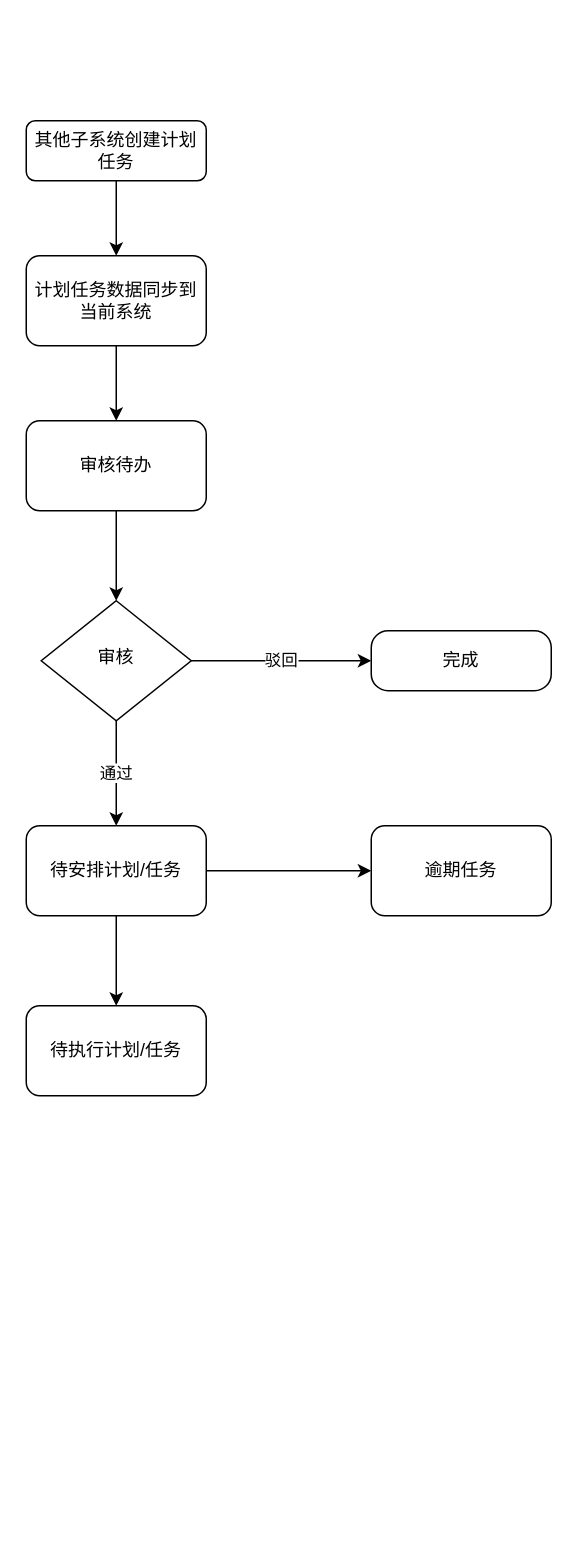
Before: Untitled Diagram.drawio in hopedeja/spring-cloud-config, a draw.io diagram. Source tidied: cells renumbered, new cells numbered last; positions are measured from the earlier drawing's top-left corner, leaving out a move shared by most shapes. Both pictures are drawn from the tidied source at 150%, with x=0, y=0 at pixel (26, 120).
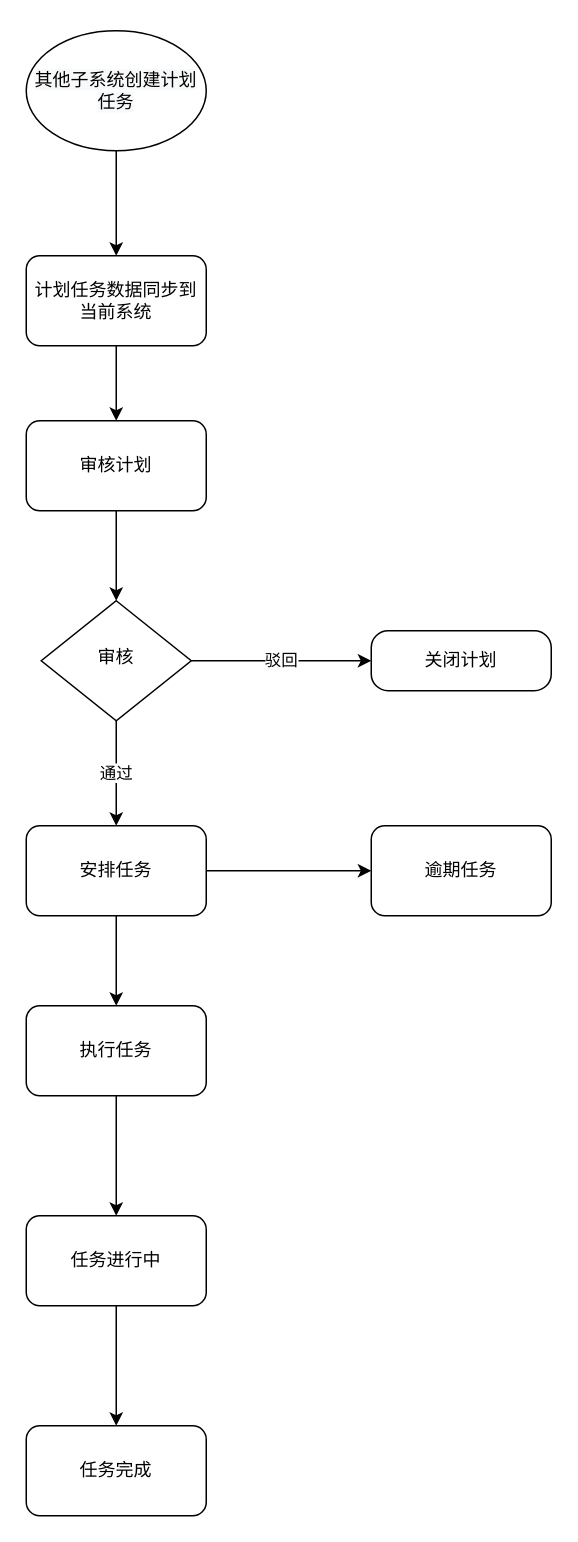
The same page after the edit.

Unchanged cells that the change refers to:
```xml
<mxCell id="9" value="计划任务数据同步到当前系统" style="whiteSpace=wrap;html=1;rounded=1;shadow=0;strokeWidth=1;glass=0;" parent="1" vertex="1">
  <mxGeometry y="90" width="120" height="60" as="geometry" />
</mxCell>
```

Diff of the diagram source:
```diff
@@
-    <mxCell id="2" style="edgeStyle=orthogonalEdgeStyle;rounded=0;jettySize=auto;html=1;" parent="1" edge="1" source="3" target="9">
-      <mxGeometry relative="1" as="geometry" />
-    </mxCell>
-    <mxCell id="3" value="其他子系统创建计划任务" style="rounded=1;whiteSpace=wrap;html=1;fontSize=12;glass=0;strokeWidth=1;shadow=0;" parent="1" vertex="1">
-      <mxGeometry width="120" height="40" as="geometry" />
-    </mxCell>
-    <mxCell id="4" value="完成" style="rounded=1;whiteSpace=wrap;html=1;fontSize=12;glass=0;strokeWidth=1;shadow=0;arcSize=28;" parent="1" vertex="1">
+    <mxCell id="4" value="关闭计划" style="rounded=1;whiteSpace=wrap;html=1;fontSize=12;glass=0;strokeWidth=1;shadow=0;arcSize=28;" parent="1" vertex="1">
       <mxGeometry x="230" y="340" width="120" height="40" as="geometry" />
     </mxCell>
@@
-    <mxCell id="11" value="审核待办" style="rounded=1;whiteSpace=wrap;html=1;" parent="1" vertex="1">
+    <mxCell id="11" value="审核计划" style="rounded=1;whiteSpace=wrap;html=1;" parent="1" vertex="1">
       <mxGeometry y="200" width="120" height="60" as="geometry" />
     </mxCell>
@@
-    <mxCell id="14" value="待安排计划/任务" style="rounded=1;whiteSpace=wrap;html=1;" parent="1" vertex="1">
+    <mxCell id="14" value="安排任务" style="rounded=1;whiteSpace=wrap;html=1;" parent="1" vertex="1">
       <mxGeometry y="470" width="120" height="60" as="geometry" />
     </mxCell>
+    <mxCell id="17" style="edgeStyle=orthogonalEdgeStyle;rounded=0;jettySize=auto;html=1;" parent="1" edge="1" source="15" target="19">
+      <mxGeometry relative="1" as="geometry" />
+    </mxCell>
-    <mxCell id="15" value="&lt;span&gt;待执行计划/任务&lt;/span&gt;" style="whiteSpace=wrap;html=1;rounded=1;" parent="1" vertex="1">
+    <mxCell id="15" value="&lt;span&gt;执行任务&lt;/span&gt;" style="whiteSpace=wrap;html=1;rounded=1;" parent="1" vertex="1">
       <mxGeometry y="590" width="120" height="60" as="geometry" />
     </mxCell>
@@
+    <mxCell id="2" style="edgeStyle=orthogonalEdgeStyle;rounded=0;jettySize=auto;html=1;exitX=0.5;exitY=1;exitDx=0;exitDy=0;entryX=0.5;entryY=0;entryDx=0;entryDy=0;" parent="1" edge="1" source="3" target="9">
+      <mxGeometry relative="1" as="geometry" />
+    </mxCell>
+    <mxCell id="3" value="&#10;&#10;&lt;span style=&quot;color: rgb(0, 0, 0); font-family: helvetica; font-size: 12px; font-style: normal; font-weight: 400; letter-spacing: normal; text-align: center; text-indent: 0px; text-transform: none; word-spacing: 0px; background-color: rgb(248, 249, 250); display: inline; float: none;&quot;&gt;其他子系统创建计划任务&lt;/span&gt;&#10;&#10;" style="ellipse;whiteSpace=wrap;html=1;" parent="1" vertex="1">
+      <mxGeometry y="-60" width="120" height="80" as="geometry" />
+    </mxCell>
+    <mxCell id="18" style="edgeStyle=orthogonalEdgeStyle;rounded=0;jettySize=auto;html=1;" parent="1" edge="1" source="19" target="20">
+      <mxGeometry relative="1" as="geometry" />
+    </mxCell>
+    <mxCell id="19" value="任务进行中" style="whiteSpace=wrap;html=1;rounded=1;" parent="1" vertex="1">
+      <mxGeometry y="730" width="120" height="60" as="geometry" />
+    </mxCell>
+    <mxCell id="20" value="任务完成" style="whiteSpace=wrap;html=1;rounded=1;" parent="1" vertex="1">
+      <mxGeometry y="870" width="120" height="60" as="geometry" />
+    </mxCell>
```
